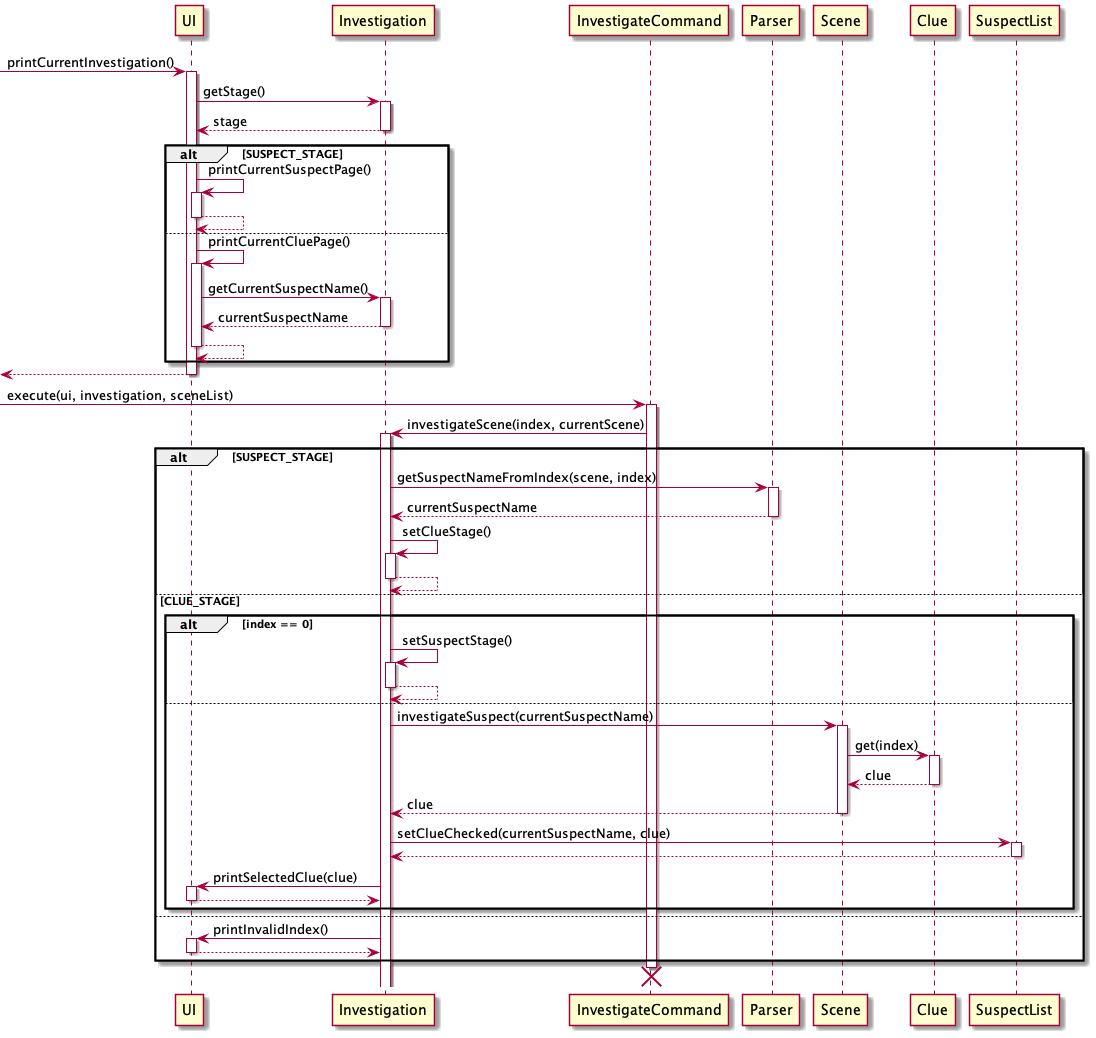
The PlantUML diagram docs/Investigation_Sequence_Diagram.png in peng-217/tp, before a commit. Source of this version:
```plantuml
@startuml

-> UI : printCurrentInvestigation()
activate UI

UI -> Investigation: getStage()
activate Investigation
return stage


alt SUSPECT_STAGE
    UI -> UI: printCurrentSuspectPage()
    activate UI
    return

else
    UI -> UI: printCurrentCluePage()
    activate UI
    UI -> Investigation: getCurrentSuspectName()
    activate Investigation
    return currentSuspectName
    return
end
return

-> InvestigateCommand: execute(ui, investigation, sceneList)
activate InvestigateCommand
InvestigateCommand -> Investigation: investigateScene(index, currentScene)
alt SUSPECT_STAGE
    activate Investigation
    Investigation -> Parser: getSuspectNameFromIndex(scene, index)
    activate Parser
    return currentSuspectName

    Investigation -> Investigation: setClueStage()
    activate Investigation
    return
else CLUE_STAGE
    alt index == 0
        Investigation -> Investigation: setSuspectStage()
        activate Investigation
        return
    else
        Investigation -> Scene: investigateSuspect(currentSuspectName)
        activate Scene
        Scene -> Clue: get(index)
        activate Clue
        return clue
        return clue
        Investigation -> SuspectList: setClueChecked(currentSuspectName, clue)
        activate SuspectList
        return
        Investigation -> UI: printSelectedClue(clue)
        activate UI
        return
    end
else
    Investigation -> UI: printInvalidIndex()
    activate UI
    return
end

destroy InvestigateCommand

@enduml
```
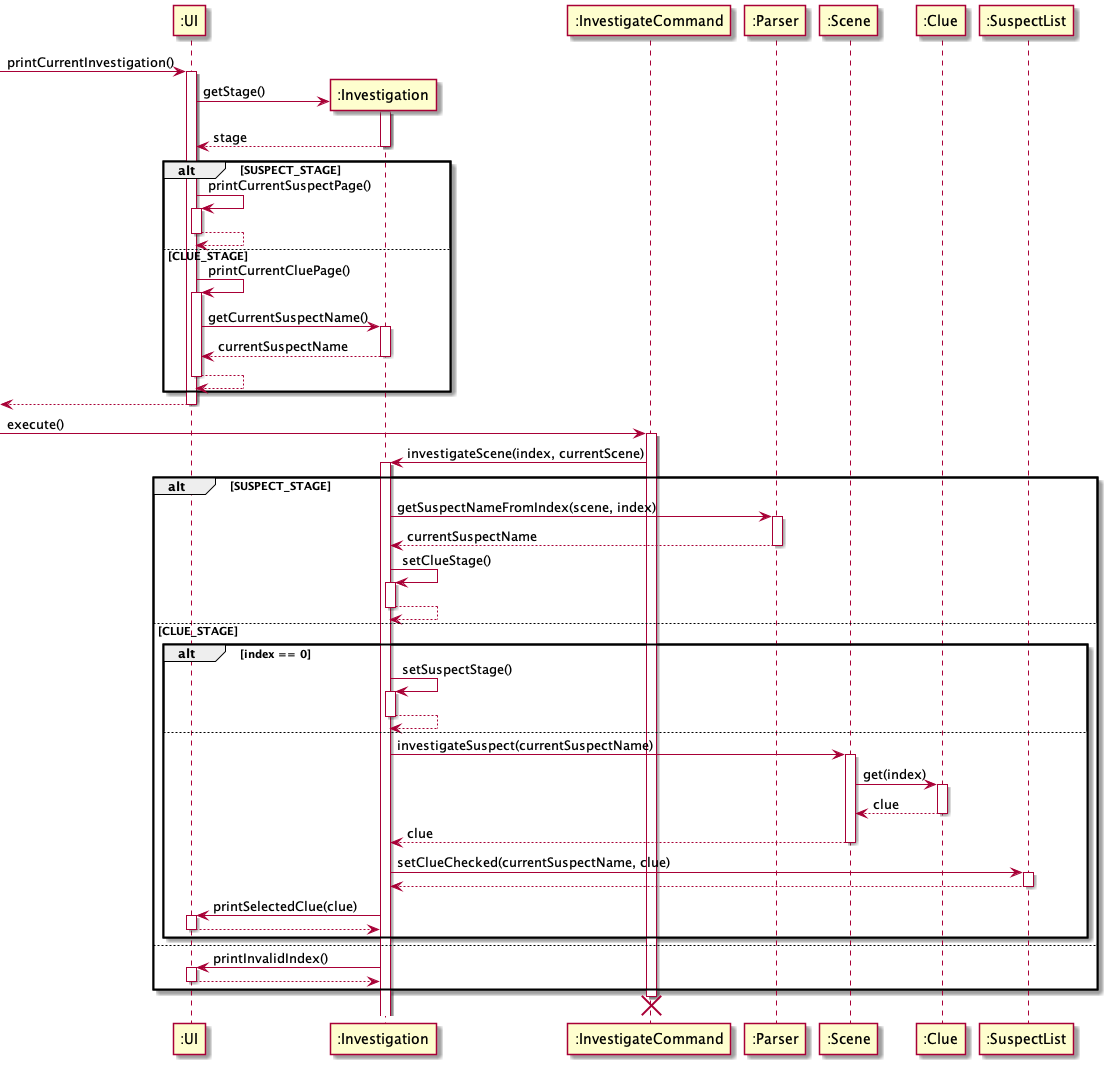
The same file after the commit.

Commit message:
Add investigation class diagram and update sequence diagram

What changed in the source:
```diff
@@ -1,65 +1,67 @@
 @startuml
 
--> UI : printCurrentInvestigation()
-activate UI
+-> ":UI" : printCurrentInvestigation()
+activate ":UI"
 
-UI -> Investigation: getStage()
-activate Investigation
+create ":Investigation"
+
+":UI" -> ":Investigation": getStage()
+activate ":Investigation"
 return stage
 
 
 alt SUSPECT_STAGE
-    UI -> UI: printCurrentSuspectPage()
-    activate UI
+    ":UI" -> ":UI": printCurrentSuspectPage()
+    activate ":UI"
     return
 
-else
-    UI -> UI: printCurrentCluePage()
-    activate UI
-    UI -> Investigation: getCurrentSuspectName()
-    activate Investigation
+else CLUE_STAGE
+    ":UI" -> ":UI": printCurrentCluePage()
+    activate ":UI"
+    ":UI" -> ":Investigation": getCurrentSuspectName()
+    activate ":Investigation"
     return currentSuspectName
     return
 end
 return
 
--> InvestigateCommand: execute(ui, investigation, sceneList)
-activate InvestigateCommand
-InvestigateCommand -> Investigation: investigateScene(index, currentScene)
+-> ":InvestigateCommand": execute()
+activate ":InvestigateCommand"
+":InvestigateCommand" -> ":Investigation": investigateScene(index, currentScene)
 alt SUSPECT_STAGE
-    activate Investigation
-    Investigation -> Parser: getSuspectNameFromIndex(scene, index)
-    activate Parser
+    activate ":Investigation"
+    ":Investigation" -> ":Parser": getSuspectNameFromIndex(scene, index)
+    activate ":Parser"
     return currentSuspectName
 
-    Investigation -> Investigation: setClueStage()
-    activate Investigation
+    ":Investigation" -> ":Investigation": setClueStage()
+    activate ":Investigation"
     return
 else CLUE_STAGE
     alt index == 0
-        Investigation -> Investigation: setSuspectStage()
-        activate Investigation
+        ":Investigation" -> ":Investigation": setSuspectStage()
+        activate ":Investigation"
         return
     else
-        Investigation -> Scene: investigateSuspect(currentSuspectName)
-        activate Scene
-        Scene -> Clue: get(index)
-        activate Clue
+        ":Investigation" -> ":Scene": investigateSuspect(currentSuspectName)
+        activate ":Scene"
+        ":Scene" -> ":Clue": get(index)
+        activate ":Clue"
         return clue
         return clue
-        Investigation -> SuspectList: setClueChecked(currentSuspectName, clue)
-        activate SuspectList
+        ":Investigation" -> ":SuspectList": setClueChecked(currentSuspectName, clue)
+        activate ":SuspectList"
         return
-        Investigation -> UI: printSelectedClue(clue)
-        activate UI
+        ":Investigation" -> ":UI": printSelectedClue(clue)
+        activate ":UI"
         return
     end
 else
-    Investigation -> UI: printInvalidIndex()
-    activate UI
+    ":Investigation" -> ":UI": printInvalidIndex()
+    activate ":UI"
     return
 end
 
-destroy InvestigateCommand
+destroy ":InvestigateCommand"
 
 @enduml
```
